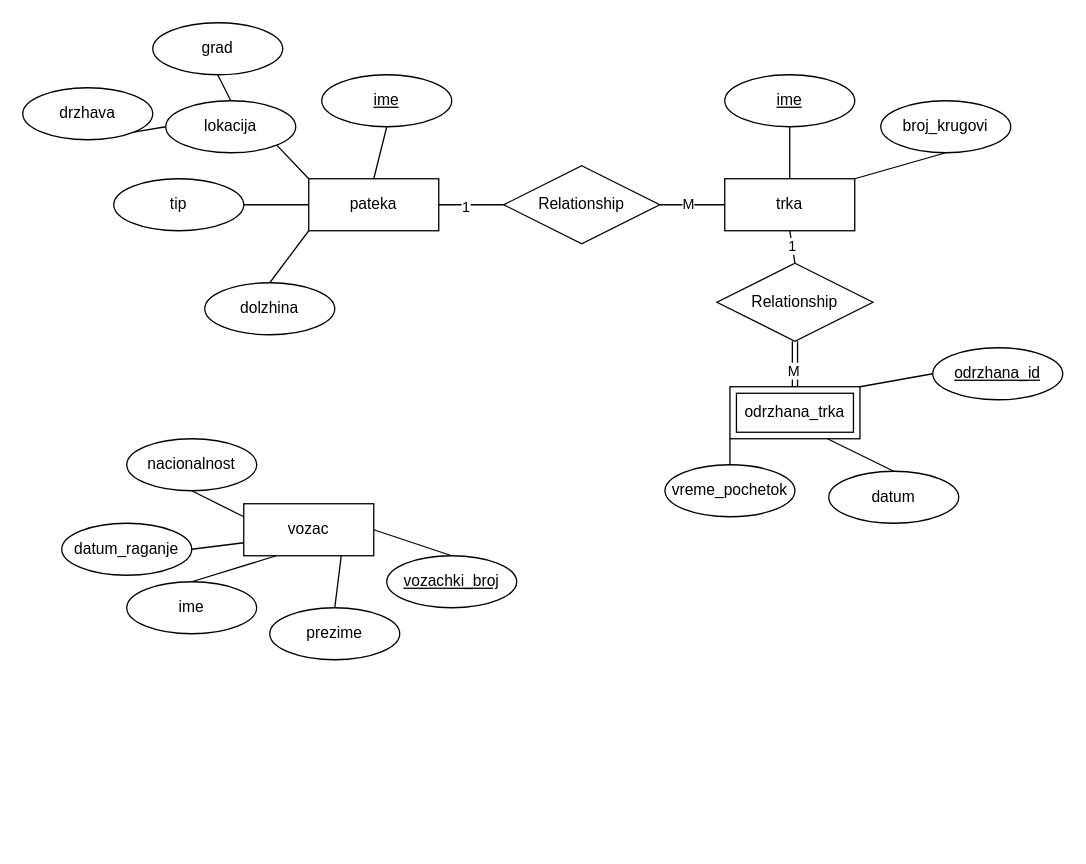
loramarku9/BAZInaPODATOCI keeps this draw.io diagram as aud2_zad2.drawio. Above is the earlier version. Source tidied: cells renumbered, new cells numbered last; positions are measured from the earlier drawing's top-left corner, leaving out a move shared by most shapes. Both pictures are drawn from the tidied source at 130%, with x=0, y=0 at pixel (22, 22).
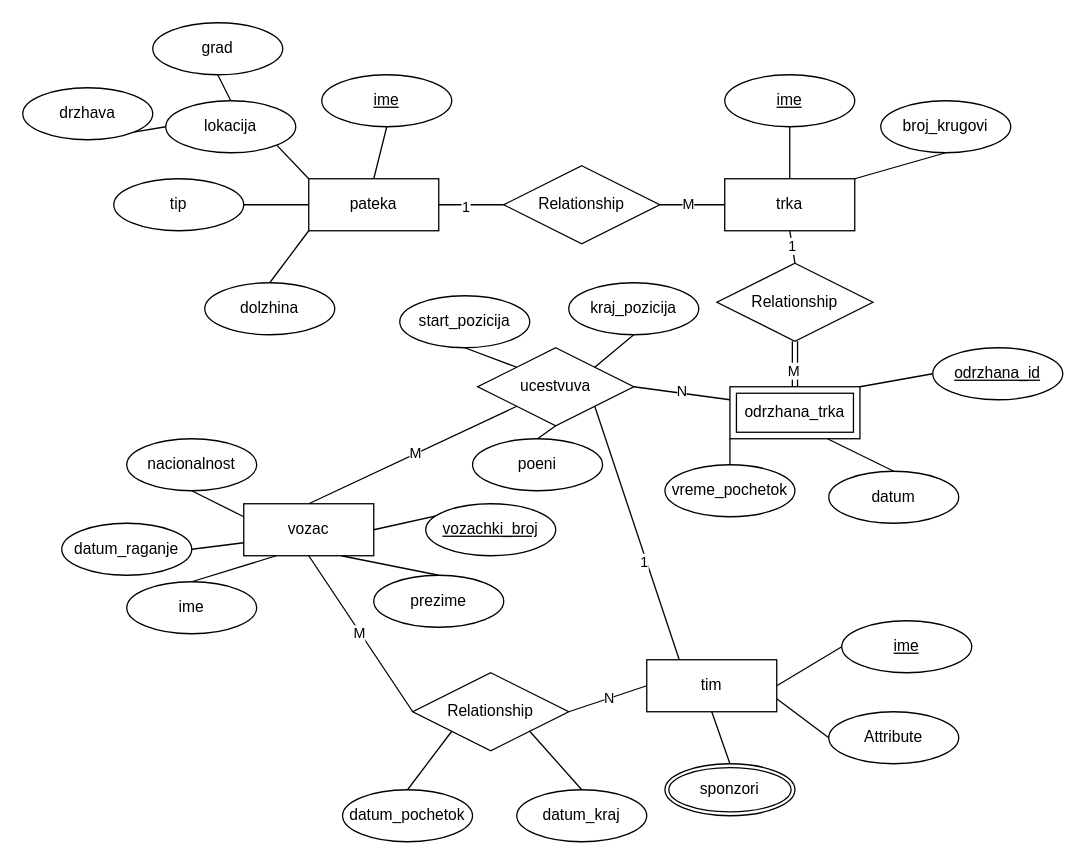
The same page after the edit.

The change refers to these unchanged cells:
```xml
<mxCell id="28" value="odrzhana_trka" style="shape=ext;margin=3;double=1;whiteSpace=wrap;html=1;align=center;" parent="1" vertex="1">
  <mxGeometry x="544" y="280" width="100" height="40" as="geometry" />
</mxCell>
<mxCell id="39" value="vozac" style="whiteSpace=wrap;html=1;align=center;" parent="1" vertex="1">
  <mxGeometry x="170" y="370" width="100" height="40" as="geometry" />
</mxCell>
```

What changed in the source:
```diff
@@
+    <mxCell id="48" style="edgeStyle=none;shape=connector;rounded=0;jettySize=auto;html=1;exitX=0.5;exitY=1;exitDx=0;exitDy=0;entryX=0;entryY=0.5;entryDx=0;entryDy=0;strokeColor=default;align=center;verticalAlign=middle;fontFamily=Helvetica;fontSize=11;fontColor=default;labelBackgroundColor=default;defaultLabelBackgroundColor=page;endArrow=none;endFill=0;" parent="1" edge="1" source="39" target="64">
+      <mxGeometry relative="1" as="geometry" />
+    </mxCell>
+    <mxCell id="49" value="M" style="edgeLabel;html=1;align=center;verticalAlign=middle;inheritText=1;defaultLabelBackgroundColor=page;" parent="48" vertex="1">
+      <mxGeometry x="-0.02" relative="1" as="geometry">
+        <mxPoint x="-1" as="offset" />
+      </mxGeometry>
+    </mxCell>
+    <mxCell id="50" style="edgeStyle=none;shape=connector;rounded=0;jettySize=auto;html=1;exitX=0.5;exitY=0;exitDx=0;exitDy=0;entryX=0;entryY=1;entryDx=0;entryDy=0;strokeColor=default;align=center;verticalAlign=middle;fontFamily=Helvetica;fontSize=11;fontColor=default;labelBackgroundColor=default;defaultLabelBackgroundColor=page;endArrow=none;endFill=0;" parent="1" edge="1" source="39" target="70">
+      <mxGeometry relative="1" as="geometry" />
+    </mxCell>
+    <mxCell id="51" value="M" style="edgeLabel;html=1;align=center;verticalAlign=middle;inheritText=1;defaultLabelBackgroundColor=page;" parent="50" vertex="1">
+      <mxGeometry x="0.02" y="1" relative="1" as="geometry" />
+    </mxCell>
@@
     <mxCell id="40" value="&lt;u&gt;vozachki_broj&lt;/u&gt;" style="ellipse;whiteSpace=wrap;html=1;align=center;" parent="1" vertex="1">
-      <mxGeometry x="280" y="410" width="100" height="40" as="geometry" />
+      <mxGeometry x="310" y="370" width="100" height="40" as="geometry" />
     </mxCell>
@@
     <mxCell id="43" value="prezime" style="ellipse;whiteSpace=wrap;html=1;align=center;" parent="1" vertex="1">
-      <mxGeometry x="190" y="450" width="100" height="40" as="geometry" />
+      <mxGeometry x="270" y="425" width="100" height="40" as="geometry" />
     </mxCell>
@@
+    <mxCell id="52" style="edgeStyle=none;shape=connector;rounded=0;jettySize=auto;html=1;exitX=0.5;exitY=1;exitDx=0;exitDy=0;entryX=0.5;entryY=0;entryDx=0;entryDy=0;strokeColor=default;align=center;verticalAlign=middle;fontFamily=Helvetica;fontSize=11;fontColor=default;labelBackgroundColor=default;defaultLabelBackgroundColor=page;endArrow=none;endFill=0;" parent="1" edge="1" source="57" target="60">
+      <mxGeometry relative="1" as="geometry" />
+    </mxCell>
+    <mxCell id="53" style="edgeStyle=none;shape=connector;rounded=0;jettySize=auto;html=1;exitX=1;exitY=0.75;exitDx=0;exitDy=0;entryX=0;entryY=0.5;entryDx=0;entryDy=0;strokeColor=default;align=center;verticalAlign=middle;fontFamily=Helvetica;fontSize=11;fontColor=default;labelBackgroundColor=default;defaultLabelBackgroundColor=page;endArrow=none;endFill=0;" parent="1" edge="1" source="57" target="58">
+      <mxGeometry relative="1" as="geometry" />
+    </mxCell>
+    <mxCell id="54" style="edgeStyle=none;shape=connector;rounded=0;jettySize=auto;html=1;exitX=1;exitY=0.5;exitDx=0;exitDy=0;entryX=0;entryY=0.5;entryDx=0;entryDy=0;strokeColor=default;align=center;verticalAlign=middle;fontFamily=Helvetica;fontSize=11;fontColor=default;labelBackgroundColor=default;defaultLabelBackgroundColor=page;endArrow=none;endFill=0;" parent="1" edge="1" source="57" target="59">
+      <mxGeometry relative="1" as="geometry" />
+    </mxCell>
+    <mxCell id="55" style="edgeStyle=none;shape=connector;rounded=0;jettySize=auto;html=1;exitX=0.25;exitY=0;exitDx=0;exitDy=0;entryX=1;entryY=1;entryDx=0;entryDy=0;strokeColor=default;align=center;verticalAlign=middle;fontFamily=Helvetica;fontSize=11;fontColor=default;labelBackgroundColor=default;defaultLabelBackgroundColor=page;endArrow=none;endFill=0;" parent="1" edge="1" source="57" target="70">
+      <mxGeometry relative="1" as="geometry" />
+    </mxCell>
+    <mxCell id="56" value="1" style="edgeLabel;html=1;align=center;verticalAlign=middle;inheritText=1;defaultLabelBackgroundColor=page;" parent="55" vertex="1">
+      <mxGeometry x="-0.22" y="2" relative="1" as="geometry" />
+    </mxCell>
+    <mxCell id="57" value="tim" style="whiteSpace=wrap;html=1;align=center;" parent="1" vertex="1">
+      <mxGeometry x="480" y="490" width="100" height="40" as="geometry" />
+    </mxCell>
+    <mxCell id="58" value="Attribute" style="ellipse;whiteSpace=wrap;html=1;align=center;" parent="1" vertex="1">
+      <mxGeometry x="620" y="530" width="100" height="40" as="geometry" />
+    </mxCell>
+    <mxCell id="59" value="&lt;u&gt;ime&lt;/u&gt;" style="ellipse;whiteSpace=wrap;html=1;align=center;" parent="1" vertex="1">
+      <mxGeometry x="630" y="460" width="100" height="40" as="geometry" />
+    </mxCell>
+    <mxCell id="60" value="sponzori" style="ellipse;shape=doubleEllipse;margin=3;whiteSpace=wrap;html=1;align=center;" parent="1" vertex="1">
+      <mxGeometry x="494" y="570" width="100" height="40" as="geometry" />
+    </mxCell>
+    <mxCell id="61" style="edgeStyle=none;shape=connector;rounded=0;jettySize=auto;html=1;exitX=1;exitY=0.5;exitDx=0;exitDy=0;entryX=0;entryY=0.5;entryDx=0;entryDy=0;strokeColor=default;align=center;verticalAlign=middle;fontFamily=Helvetica;fontSize=11;fontColor=default;labelBackgroundColor=default;defaultLabelBackgroundColor=page;endArrow=none;endFill=0;" parent="1" edge="1" source="64" target="57">
+      <mxGeometry relative="1" as="geometry" />
+    </mxCell>
+    <mxCell id="62" value="N" style="edgeLabel;html=1;align=center;verticalAlign=middle;inheritText=1;defaultLabelBackgroundColor=page;" parent="61" vertex="1">
+      <mxGeometry x="0.02" relative="1" as="geometry" />
+    </mxCell>
+    <mxCell id="63" style="edgeStyle=none;shape=connector;rounded=0;jettySize=auto;html=1;exitX=1;exitY=1;exitDx=0;exitDy=0;entryX=0.5;entryY=0;entryDx=0;entryDy=0;strokeColor=default;align=center;verticalAlign=middle;fontFamily=Helvetica;fontSize=11;fontColor=default;labelBackgroundColor=default;defaultLabelBackgroundColor=page;endArrow=none;endFill=0;" parent="1" edge="1" source="64" target="65">
+      <mxGeometry relative="1" as="geometry" />
+    </mxCell>
+    <mxCell id="64" value="Relationship" style="shape=rhombus;perimeter=rhombusPerimeter;whiteSpace=wrap;html=1;align=center;" parent="1" vertex="1">
+      <mxGeometry x="300" y="500" width="120" height="60" as="geometry" />
+    </mxCell>
+    <mxCell id="65" value="datum_kraj" style="ellipse;whiteSpace=wrap;html=1;align=center;" parent="1" vertex="1">
+      <mxGeometry x="380" y="590" width="100" height="40" as="geometry" />
+    </mxCell>
+    <mxCell id="66" style="edgeStyle=none;shape=connector;rounded=0;jettySize=auto;html=1;exitX=0.5;exitY=0;exitDx=0;exitDy=0;entryX=0;entryY=1;entryDx=0;entryDy=0;strokeColor=default;align=center;verticalAlign=middle;fontFamily=Helvetica;fontSize=11;fontColor=default;labelBackgroundColor=default;defaultLabelBackgroundColor=page;endArrow=none;endFill=0;" parent="1" edge="1" source="67" target="64">
+      <mxGeometry relative="1" as="geometry" />
+    </mxCell>
+    <mxCell id="67" value="datum_pochetok" style="ellipse;whiteSpace=wrap;html=1;align=center;" parent="1" vertex="1">
+      <mxGeometry x="246" y="590" width="100" height="40" as="geometry" />
+    </mxCell>
+    <mxCell id="68" style="edgeStyle=none;shape=connector;rounded=0;jettySize=auto;html=1;exitX=1;exitY=0.5;exitDx=0;exitDy=0;entryX=0;entryY=0.25;entryDx=0;entryDy=0;strokeColor=default;align=center;verticalAlign=middle;fontFamily=Helvetica;fontSize=11;fontColor=default;labelBackgroundColor=default;defaultLabelBackgroundColor=page;endArrow=none;endFill=0;" parent="1" edge="1" source="70" target="28">
+      <mxGeometry relative="1" as="geometry" />
+    </mxCell>
+    <mxCell id="69" value="N" style="edgeLabel;html=1;align=center;verticalAlign=middle;inheritText=1;defaultLabelBackgroundColor=page;" parent="68" vertex="1">
+      <mxGeometry y="1" relative="1" as="geometry" />
+    </mxCell>
+    <mxCell id="70" value="ucestvuva" style="shape=rhombus;perimeter=rhombusPerimeter;whiteSpace=wrap;html=1;align=center;" parent="1" vertex="1">
+      <mxGeometry x="350" y="250" width="120" height="60" as="geometry" />
+    </mxCell>
+    <mxCell id="71" style="edgeStyle=none;shape=connector;rounded=0;jettySize=auto;html=1;exitX=0.5;exitY=0;exitDx=0;exitDy=0;entryX=0.5;entryY=1;entryDx=0;entryDy=0;strokeColor=default;align=center;verticalAlign=middle;fontFamily=Helvetica;fontSize=11;fontColor=default;labelBackgroundColor=default;defaultLabelBackgroundColor=page;endArrow=none;endFill=0;" parent="1" edge="1" source="72" target="70">
+      <mxGeometry relative="1" as="geometry" />
+    </mxCell>
+    <mxCell id="72" value="poeni" style="ellipse;whiteSpace=wrap;html=1;align=center;" parent="1" vertex="1">
+      <mxGeometry x="346" y="320" width="100" height="40" as="geometry" />
+    </mxCell>
+    <mxCell id="73" style="edgeStyle=none;shape=connector;rounded=0;jettySize=auto;html=1;exitX=0.5;exitY=1;exitDx=0;exitDy=0;entryX=1;entryY=0;entryDx=0;entryDy=0;strokeColor=default;align=center;verticalAlign=middle;fontFamily=Helvetica;fontSize=11;fontColor=default;labelBackgroundColor=default;defaultLabelBackgroundColor=page;endArrow=none;endFill=0;" parent="1" edge="1" source="74" target="70">
+      <mxGeometry relative="1" as="geometry" />
+    </mxCell>
+    <mxCell id="74" value="kraj_pozicija" style="ellipse;whiteSpace=wrap;html=1;align=center;" parent="1" vertex="1">
+      <mxGeometry x="420" y="200" width="100" height="40" as="geometry" />
+    </mxCell>
+    <mxCell id="75" style="edgeStyle=none;shape=connector;rounded=0;jettySize=auto;html=1;exitX=0.5;exitY=1;exitDx=0;exitDy=0;entryX=0;entryY=0;entryDx=0;entryDy=0;strokeColor=default;align=center;verticalAlign=middle;fontFamily=Helvetica;fontSize=11;fontColor=default;labelBackgroundColor=default;defaultLabelBackgroundColor=page;endArrow=none;endFill=0;" parent="1" edge="1" source="76" target="70">
+      <mxGeometry relative="1" as="geometry" />
+    </mxCell>
+    <mxCell id="76" value="start_pozicija" style="ellipse;whiteSpace=wrap;html=1;align=center;" parent="1" vertex="1">
+      <mxGeometry x="290" y="210" width="100" height="40" as="geometry" />
+    </mxCell>
```
